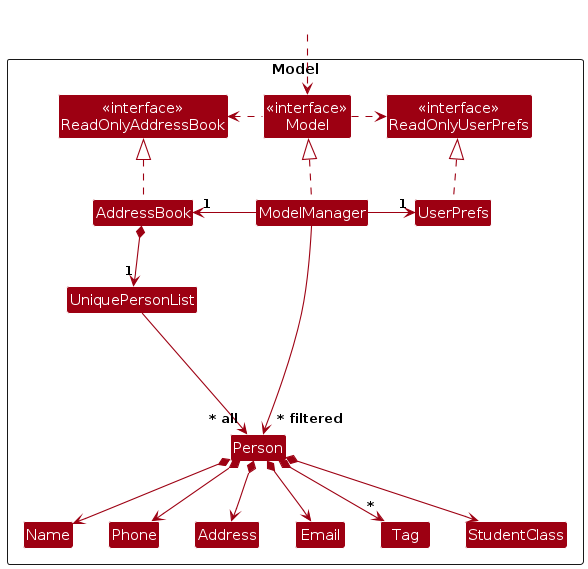
Earlier version of the PlantUML export diagrams/ModelClassDiagram.png (AY2425S1-CS2103-F12-4/tp). Its source is kept beside it as diagrams/ModelClassDiagram.puml. Its diagram source:
```plantuml
@startuml
!include style.puml
skinparam arrowThickness 1.1
skinparam arrowColor MODEL_COLOR
skinparam classBackgroundColor MODEL_COLOR

Package Model as ModelPackage <<Rectangle>>{
Class "<<interface>>\nReadOnlyAddressBook" as ReadOnlyAddressBook
Class "<<interface>>\nReadOnlyUserPrefs" as ReadOnlyUserPrefs
Class "<<interface>>\nModel" as Model
Class AddressBook
Class ModelManager
Class UserPrefs

Class UniquePersonList
Class Person
Class Address
Class Email
Class Name
Class Phone
Class Tag
Class StudentClass

Class I #FFFFFF
}

Class HiddenOutside #FFFFFF
HiddenOutside ..> Model

AddressBook .up.|> ReadOnlyAddressBook

ModelManager .up.|> Model
Model .right.> ReadOnlyUserPrefs
Model .left.> ReadOnlyAddressBook
ModelManager -left-> "1" AddressBook
ModelManager -right-> "1" UserPrefs
UserPrefs .up.|> ReadOnlyUserPrefs

AddressBook *--> "1" UniquePersonList
UniquePersonList --> "~* all" Person
Person *--> Name
Person *--> Phone
Person *--> Email
Person *--> Address
Person *--> "*" Tag
Person *--> StudentClass

Person -[hidden]up--> I
UniquePersonList -[hidden]right-> I

Name -[hidden]right-> Phone
Phone -[hidden]right-> Address
Address -[hidden]right-> Email

ModelManager --> "~* filtered" Person
@enduml
```
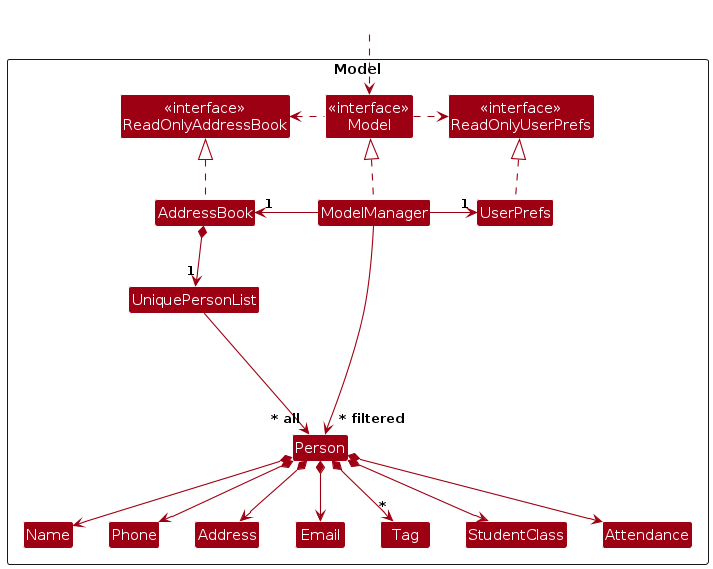
After the commit.

Diff of the diagram source:
```diff
@@ -20,6 +20,7 @@
 Class Phone
 Class Tag
 Class StudentClass
+Class Attendance
 
 Class I #FFFFFF
 }
@@ -44,6 +45,7 @@
 Person *--> Address
 Person *--> "*" Tag
 Person *--> StudentClass
+Person *--> Attendance
 
 Person -[hidden]up--> I
 UniquePersonList -[hidden]right-> I
```
